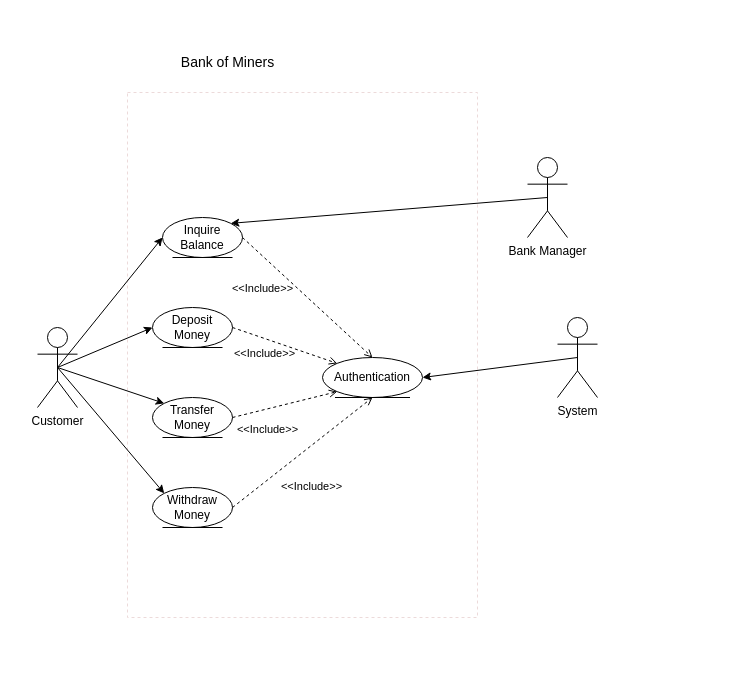
The draw.io diagram UML Diagrams/UML Use Case Diagram.drawio in V00D00M/El-Paso-Miners-Bank, before the edit. Source tidied: cells renumbered, new cells numbered last; positions are measured from the earlier drawing's top-left corner, leaving out a move shared by most shapes. Both pictures are drawn from the tidied source at 100%, with x=0, y=0 at pixel (27, 17).
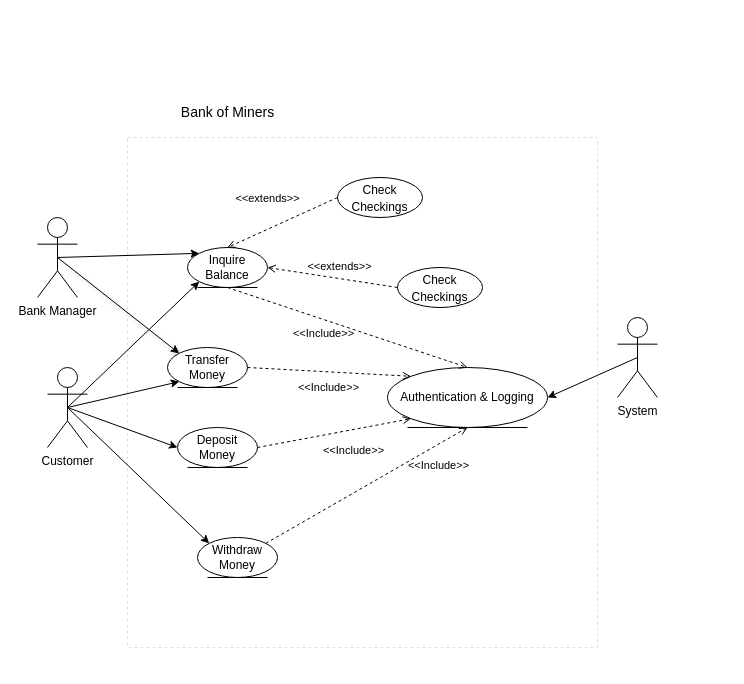
After the change.

What changed in the source:
```diff
@@
     <mxCell id="2" style="whiteSpace=wrap;html=1;glass=0;rounded=0;strokeColor=none;labelBackgroundColor=none;" parent="1" vertex="1">
-      <mxGeometry width="700" height="630" as="geometry" />
+      <mxGeometry x="-10" y="20" width="700" height="630" as="geometry" />
     </mxCell>
     <mxCell id="3" style="whiteSpace=wrap;html=1;rounded=0;glass=0;dashed=1;strokeColor=#ecdada;" parent="1" vertex="1">
-      <mxGeometry x="100" y="75" width="350" height="525" as="geometry" />
+      <mxGeometry x="100" y="120" width="470" height="510" as="geometry" />
     </mxCell>
@@
     <mxCell id="5" value="Customer" style="shape=umlActor;verticalLabelPosition=bottom;verticalAlign=top;html=1;" parent="1" vertex="1">
-      <mxGeometry x="10" y="310" width="40" height="80" as="geometry" />
+      <mxGeometry x="20" y="350" width="40" height="80" as="geometry" />
     </mxCell>
+    <mxCell id="23" style="edgeStyle=none;html=1;exitX=0.5;exitY=0.5;exitDx=0;exitDy=0;exitPerimeter=0;entryX=0;entryY=0;entryDx=0;entryDy=0;shadow=1;fontFamily=Helvetica;fontSize=14;fontColor=default;" parent="1" edge="1" source="6" target="8">
+      <mxGeometry relative="1" as="geometry" />
+    </mxCell>
     <mxCell id="6" value="Bank Manager" style="shape=umlActor;verticalLabelPosition=bottom;verticalAlign=top;html=1;" parent="1" vertex="1">
-      <mxGeometry x="500" y="140" width="40" height="80" as="geometry" />
+      <mxGeometry x="10" y="200" width="40" height="80" as="geometry" />
     </mxCell>
     <mxCell id="7" value="System" style="shape=umlActor;verticalLabelPosition=bottom;verticalAlign=top;html=1;" parent="1" vertex="1">
-      <mxGeometry x="530" y="300" width="40" height="80" as="geometry" />
+      <mxGeometry x="590" y="300" width="40" height="80" as="geometry" />
     </mxCell>
     <mxCell id="8" value="Transfer Money" style="ellipse;shape=umlEntity;whiteSpace=wrap;html=1;" parent="1" vertex="1">
-      <mxGeometry x="125" y="380" width="80" height="40" as="geometry" />
+      <mxGeometry x="140" y="330" width="80" height="40" as="geometry" />
     </mxCell>
-    <mxCell id="9" style="edgeStyle=none;html=1;exitX=0.5;exitY=0.5;exitDx=0;exitDy=0;exitPerimeter=0;entryX=1;entryY=0;entryDx=0;entryDy=0;" parent="1" edge="1" source="6" target="10">
+    <mxCell id="9" style="edgeStyle=none;html=1;exitX=0.5;exitY=0.5;exitDx=0;exitDy=0;exitPerimeter=0;entryX=0;entryY=0;entryDx=0;entryDy=0;" parent="1" edge="1" source="6" target="10">
       <mxGeometry relative="1" as="geometry" />
     </mxCell>
     <mxCell id="10" value="Inquire Balance" style="ellipse;shape=umlEntity;whiteSpace=wrap;html=1;" parent="1" vertex="1">
-      <mxGeometry x="135" y="200" width="80" height="40" as="geometry" />
+      <mxGeometry x="160" y="230" width="80" height="40" as="geometry" />
     </mxCell>
@@
-    <mxCell id="13" value="Authentication" style="ellipse;shape=umlEntity;whiteSpace=wrap;html=1;" parent="1" vertex="1">
-      <mxGeometry x="295" y="340" width="100" height="40" as="geometry" />
+    <mxCell id="13" value="Authentication &amp;amp; Logging" style="ellipse;shape=umlEntity;whiteSpace=wrap;html=1;" parent="1" vertex="1">
+      <mxGeometry x="360" y="350" width="160" height="60" as="geometry" />
     </mxCell>
     <mxCell id="14" value="Withdraw Money" style="ellipse;shape=umlEntity;whiteSpace=wrap;html=1;" parent="1" vertex="1">
-      <mxGeometry x="125" y="470" width="80" height="40" as="geometry" />
+      <mxGeometry x="170" y="520" width="80" height="40" as="geometry" />
     </mxCell>
     <mxCell id="15" value="Deposit Money" style="ellipse;shape=umlEntity;whiteSpace=wrap;html=1;" parent="1" vertex="1">
-      <mxGeometry x="125" y="290" width="80" height="40" as="geometry" />
+      <mxGeometry x="150" y="410" width="80" height="40" as="geometry" />
     </mxCell>
-    <mxCell id="16" style="edgeStyle=none;html=1;exitX=0.5;exitY=0.5;exitDx=0;exitDy=0;exitPerimeter=0;entryX=0;entryY=0.5;entryDx=0;entryDy=0;" parent="1" edge="1" source="5" target="10">
+    <mxCell id="16" style="edgeStyle=none;html=1;exitX=0.5;exitY=0.5;exitDx=0;exitDy=0;exitPerimeter=0;entryX=0;entryY=1;entryDx=0;entryDy=0;" parent="1" edge="1" source="5" target="10">
       <mxGeometry relative="1" as="geometry" />
     </mxCell>
-    <mxCell id="17" style="edgeStyle=none;html=1;exitX=0.5;exitY=0.5;exitDx=0;exitDy=0;entryX=0;entryY=0;entryDx=0;entryDy=0;exitPerimeter=0;" parent="1" edge="1" source="5" target="8">
+    <mxCell id="17" style="edgeStyle=none;html=1;exitX=0.5;exitY=0.5;exitDx=0;exitDy=0;entryX=0;entryY=1;entryDx=0;entryDy=0;exitPerimeter=0;" parent="1" edge="1" source="5" target="8">
       <mxGeometry relative="1" as="geometry" />
     </mxCell>
     <mxCell id="18" value="&lt;font style=&quot;font-size: 14px;&quot;&gt;Bank of Miners&lt;/font&gt;" style="text;html=1;align=center;verticalAlign=middle;strokeColor=none;fillColor=none;" parent="1" vertex="1">
-      <mxGeometry x="150" y="30" width="100" height="30" as="geometry" />
+      <mxGeometry x="150" y="80" width="100" height="30" as="geometry" />
     </mxCell>
-    <mxCell id="19" value="&amp;lt;&amp;lt;Include&amp;gt;&amp;gt;" style="html=1;verticalAlign=bottom;labelBackgroundColor=none;endArrow=open;endFill=0;dashed=1;exitX=1;exitY=0.5;exitDx=0;exitDy=0;entryX=0;entryY=1;entryDx=0;entryDy=0;" parent="1" edge="1" source="8" target="13">
-      <mxGeometry x="-0.47" y="-29" relative="1" as="geometry" />
+    <mxCell id="19" value="&amp;lt;&amp;lt;Include&amp;gt;&amp;gt;" style="html=1;verticalAlign=bottom;labelBackgroundColor=none;endArrow=open;endFill=0;dashed=1;exitX=1;exitY=0.5;exitDx=0;exitDy=0;entryX=0;entryY=0;entryDx=0;entryDy=0;" parent="1" edge="1" source="8" target="13">
+      <mxGeometry y="-25" relative="1" as="geometry" />
     </mxCell>
-    <mxCell id="20" value="&amp;lt;&amp;lt;Include&amp;gt;&amp;gt;" style="html=1;verticalAlign=bottom;labelBackgroundColor=none;endArrow=open;endFill=0;dashed=1;exitX=1;exitY=0.5;exitDx=0;exitDy=0;entryX=0.5;entryY=1;entryDx=0;entryDy=0;" parent="1" edge="1" source="14" target="13">
-      <mxGeometry x="-0.21" y="-38" relative="1" as="geometry">
-        <mxPoint y="1" as="offset" />
-      </mxGeometry>
+    <mxCell id="20" value="&amp;lt;&amp;lt;Include&amp;gt;&amp;gt;" style="html=1;verticalAlign=bottom;labelBackgroundColor=none;endArrow=open;endFill=0;dashed=1;exitX=1;exitY=0;exitDx=0;exitDy=0;entryX=0.5;entryY=1;entryDx=0;entryDy=0;" parent="1" edge="1" source="14" target="13">
+      <mxGeometry x="0.58" y="-26" relative="1" as="geometry" />
     </mxCell>
-    <mxCell id="21" value="&amp;lt;&amp;lt;Include&amp;gt;&amp;gt;" style="html=1;verticalAlign=bottom;labelBackgroundColor=none;endArrow=open;endFill=0;dashed=1;exitX=1;exitY=0.5;exitDx=0;exitDy=0;entryX=0;entryY=0;entryDx=0;entryDy=0;" parent="1" edge="1" source="15" target="13">
-      <mxGeometry x="-0.24" y="-23" relative="1" as="geometry" />
+    <mxCell id="21" value="&amp;lt;&amp;lt;Include&amp;gt;&amp;gt;" style="html=1;verticalAlign=bottom;labelBackgroundColor=none;endArrow=open;endFill=0;dashed=1;exitX=1;exitY=0.5;exitDx=0;exitDy=0;entryX=0;entryY=1;entryDx=0;entryDy=0;" parent="1" edge="1" source="15" target="13">
+      <mxGeometry x="0.18" y="-29" relative="1" as="geometry" />
     </mxCell>
-    <mxCell id="22" value="&amp;lt;&amp;lt;Include&amp;gt;&amp;gt;" style="html=1;verticalAlign=bottom;labelBackgroundColor=none;endArrow=open;endFill=0;dashed=1;exitX=1;exitY=0.5;exitDx=0;exitDy=0;entryX=0.5;entryY=0;entryDx=0;entryDy=0;" parent="1" edge="1" source="10" target="13">
-      <mxGeometry x="-0.37" y="-31" relative="1" as="geometry">
+    <mxCell id="22" value="&amp;lt;&amp;lt;Include&amp;gt;&amp;gt;" style="html=1;verticalAlign=bottom;labelBackgroundColor=none;endArrow=open;endFill=0;dashed=1;exitX=0.5;exitY=1;exitDx=0;exitDy=0;entryX=0.5;entryY=0;entryDx=0;entryDy=0;" parent="1" edge="1" source="10" target="13">
+      <mxGeometry x="-0.14" y="-23" relative="1" as="geometry">
         <mxPoint y="-1" as="offset" />
       </mxGeometry>
     </mxCell>
+    <mxCell id="24" value="&lt;font style=&quot;font-size: 12px;&quot;&gt;Check Checkings&lt;/font&gt;" style="ellipse;whiteSpace=wrap;html=1;fontFamily=Helvetica;fontSize=14;fontColor=default;fillColor=none;gradientColor=none;" parent="1" vertex="1">
+      <mxGeometry x="310" y="160" width="85" height="40" as="geometry" />
+    </mxCell>
+    <mxCell id="25" value="&lt;font style=&quot;font-size: 12px;&quot;&gt;Check Checkings&lt;/font&gt;" style="ellipse;whiteSpace=wrap;html=1;fontFamily=Helvetica;fontSize=14;fontColor=default;fillColor=none;gradientColor=none;" parent="1" vertex="1">
+      <mxGeometry x="370" y="250" width="85" height="40" as="geometry" />
+    </mxCell>
+    <mxCell id="26" value="&amp;lt;&amp;lt;extends&amp;gt;&amp;gt;" style="html=1;verticalAlign=bottom;labelBackgroundColor=none;endArrow=open;endFill=0;dashed=1;exitX=0;exitY=0.5;exitDx=0;exitDy=0;entryX=1;entryY=0.5;entryDx=0;entryDy=0;" parent="1" edge="1" source="25" target="10">
+      <mxGeometry x="-0.1" y="-3" relative="1" as="geometry" />
+    </mxCell>
+    <mxCell id="27" value="&amp;lt;&amp;lt;extends&amp;gt;&amp;gt;" style="html=1;verticalAlign=bottom;labelBackgroundColor=none;endArrow=open;endFill=0;dashed=1;entryX=0.5;entryY=0;entryDx=0;entryDy=0;exitX=0;exitY=0.5;exitDx=0;exitDy=0;" parent="1" edge="1" source="24" target="10">
+      <mxGeometry x="0.12" y="-20" relative="1" as="geometry" />
+    </mxCell>
```
